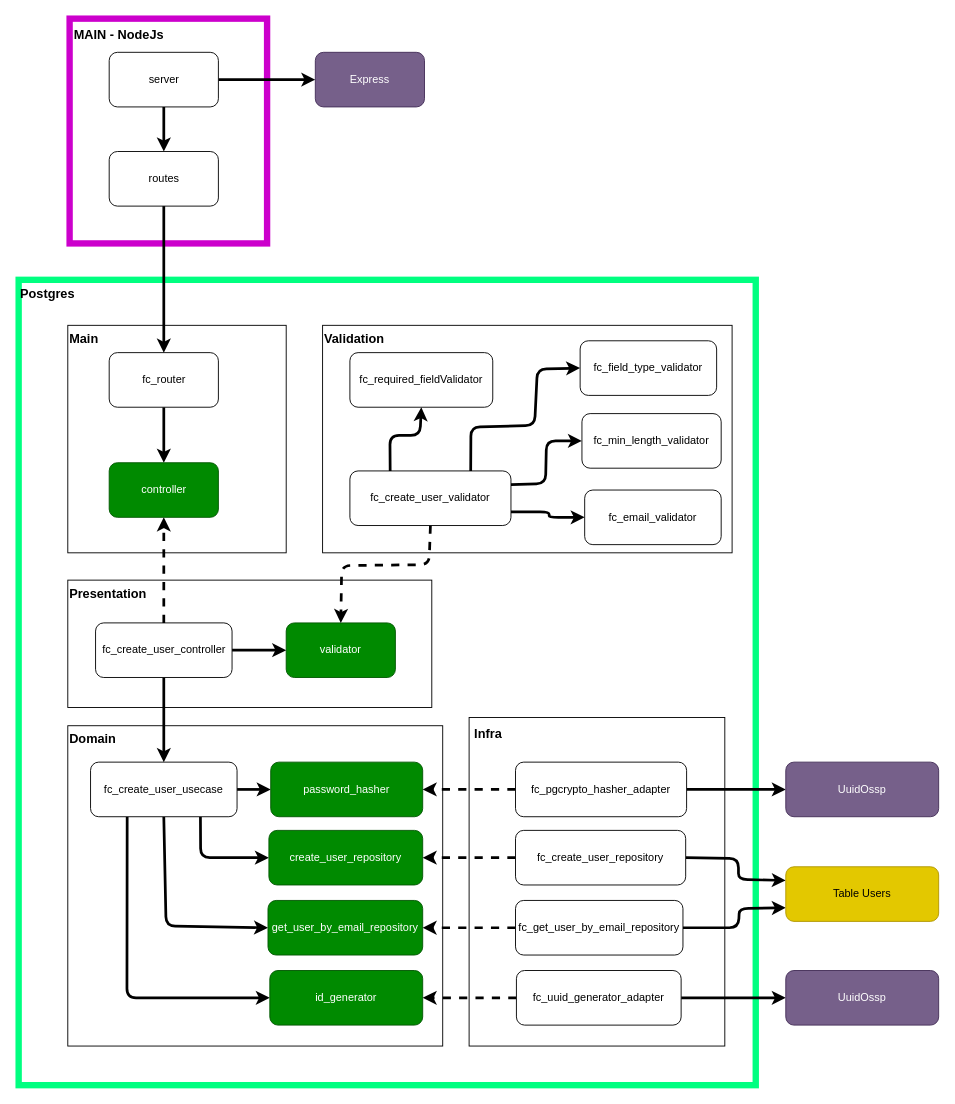
The draw.io diagram dev/diagrams/create-user-diagram.drawio in DouglasVolcato/plpgsql-api, before the edit. Source tidied: cells renumbered, new cells numbered last; positions are measured from the earlier drawing's top-left corner, leaving out a move shared by most shapes. Both pictures are drawn from the tidied source at 91%, with x=0, y=0 at pixel (18, 18).
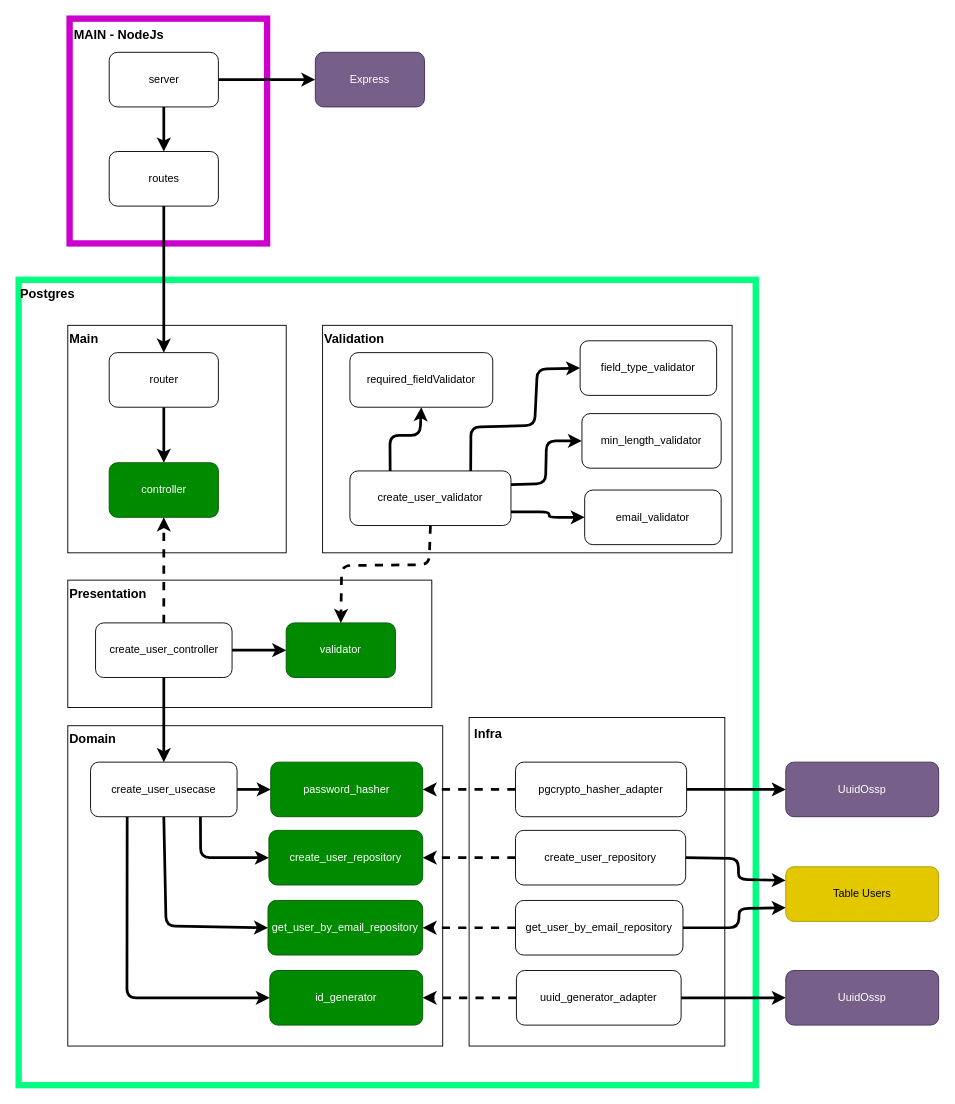
The same diagram, later.

Diff of the diagram source:
```diff
@@
-    <mxCell id="13" value="fc_router" style="rounded=1;whiteSpace=wrap;html=1;" parent="1" vertex="1">
+    <mxCell id="13" value="router" style="rounded=1;whiteSpace=wrap;html=1;" parent="1" vertex="1">
       <mxGeometry x="99.5" y="367" width="120" height="60" as="geometry" />
     </mxCell>
@@
-    <mxCell id="20" value="fc_create_user_controller" style="rounded=1;whiteSpace=wrap;html=1;" parent="1" vertex="1">
+    <mxCell id="20" value="create_user_controller" style="rounded=1;whiteSpace=wrap;html=1;" parent="1" vertex="1">
       <mxGeometry x="84.5" y="664" width="150" height="60" as="geometry" />
     </mxCell>
@@
-    <mxCell id="30" value="fc_create_user_validator" style="rounded=1;whiteSpace=wrap;html=1;" parent="1" vertex="1">
+    <mxCell id="30" value="create_user_validator" style="rounded=1;whiteSpace=wrap;html=1;" parent="1" vertex="1">
       <mxGeometry x="364" y="497" width="177" height="60" as="geometry" />
     </mxCell>
-    <mxCell id="31" value="fc_required_fieldValidator" style="rounded=1;whiteSpace=wrap;html=1;" parent="1" vertex="1">
+    <mxCell id="31" value="required_fieldValidator" style="rounded=1;whiteSpace=wrap;html=1;" parent="1" vertex="1">
       <mxGeometry x="364" y="367" width="157" height="60" as="geometry" />
     </mxCell>
-    <mxCell id="32" value="fc_field_type_validator" style="rounded=1;whiteSpace=wrap;html=1;" parent="1" vertex="1">
+    <mxCell id="32" value="field_type_validator" style="rounded=1;whiteSpace=wrap;html=1;" parent="1" vertex="1">
       <mxGeometry x="617" y="354" width="150" height="60" as="geometry" />
     </mxCell>
-    <mxCell id="33" value="fc_min_length_validator" style="rounded=1;whiteSpace=wrap;html=1;" parent="1" vertex="1">
+    <mxCell id="33" value="min_length_validator" style="rounded=1;whiteSpace=wrap;html=1;" parent="1" vertex="1">
       <mxGeometry x="619" y="434" width="153" height="60" as="geometry" />
     </mxCell>
-    <mxCell id="34" value="fc_email_validator" style="rounded=1;whiteSpace=wrap;html=1;" parent="1" vertex="1">
+    <mxCell id="34" value="email_validator" style="rounded=1;whiteSpace=wrap;html=1;" parent="1" vertex="1">
       <mxGeometry x="622" y="518" width="150" height="60" as="geometry" />
     </mxCell>
@@
-    <mxCell id="42" value="fc_create_user_usecase" style="rounded=1;whiteSpace=wrap;html=1;" parent="1" vertex="1">
+    <mxCell id="42" value="create_user_usecase" style="rounded=1;whiteSpace=wrap;html=1;" parent="1" vertex="1">
       <mxGeometry x="79" y="817" width="161" height="60" as="geometry" />
     </mxCell>
@@
-    <mxCell id="51" value="fc_pgcrypto_hasher_adapter" style="rounded=1;whiteSpace=wrap;html=1;" parent="1" vertex="1">
+    <mxCell id="51" value="pgcrypto_hasher_adapter" style="rounded=1;whiteSpace=wrap;html=1;" parent="1" vertex="1">
       <mxGeometry x="546" y="817" width="188" height="60" as="geometry" />
     </mxCell>
@@
-    <mxCell id="54" value="fc_uuid_generator_adapter" style="rounded=1;whiteSpace=wrap;html=1;" parent="1" vertex="1">
+    <mxCell id="54" value="uuid_generator_adapter" style="rounded=1;whiteSpace=wrap;html=1;" parent="1" vertex="1">
       <mxGeometry x="547" y="1046" width="181" height="60" as="geometry" />
     </mxCell>
@@
-    <mxCell id="57" value="fc_create_user_repository" style="rounded=1;whiteSpace=wrap;html=1;" parent="1" vertex="1">
+    <mxCell id="57" value="create_user_repository" style="rounded=1;whiteSpace=wrap;html=1;" parent="1" vertex="1">
       <mxGeometry x="546" y="892" width="187" height="60" as="geometry" />
     </mxCell>
@@
-    <mxCell id="60" value="fc_get_user_by_email_repository" style="rounded=1;whiteSpace=wrap;html=1;" parent="1" vertex="1">
+    <mxCell id="60" value="get_user_by_email_repository" style="rounded=1;whiteSpace=wrap;html=1;" parent="1" vertex="1">
       <mxGeometry x="546" y="969" width="184" height="60" as="geometry" />
     </mxCell>
```
